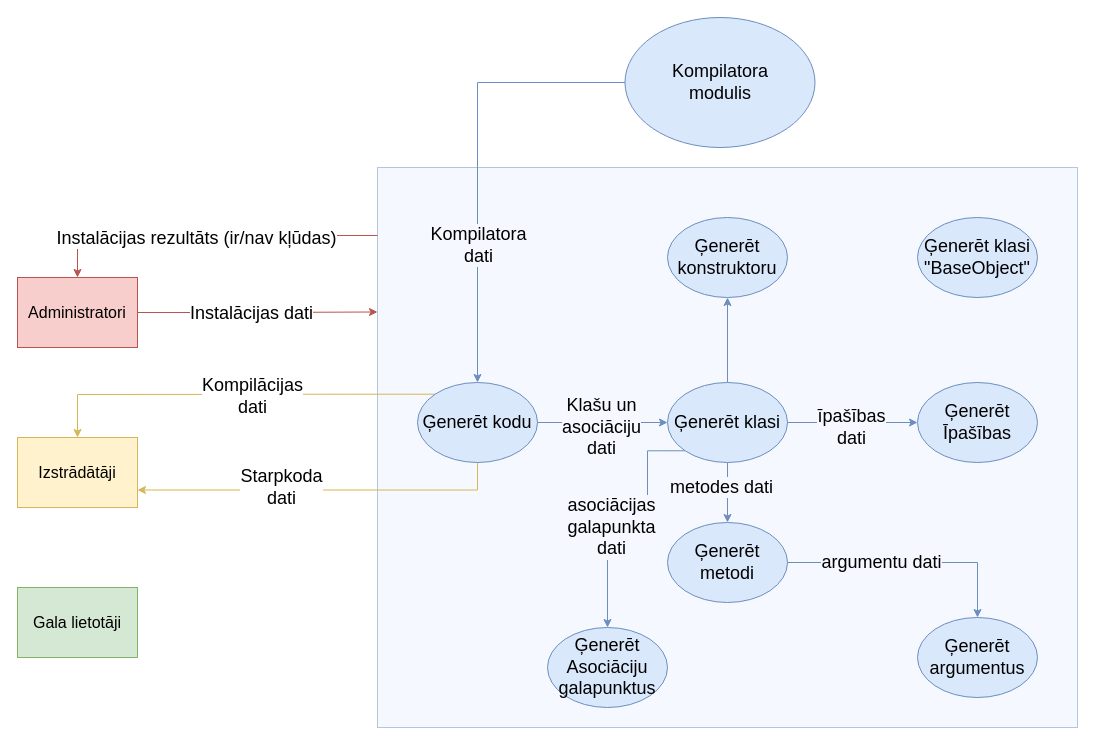
Before: page "Ģenerators" (5 of 9) of src/Kvalifikacijas darbs/Diagrammas/DPD.drawio in artiks12/webAppOS, a draw.io diagram. Source tidied: cells renumbered, new cells numbered last; positions are measured from the earlier drawing's top-left corner, leaving out a move shared by most shapes. Both pictures are drawn from the tidied source at 100%, with x=0, y=0 at pixel (17, 17).
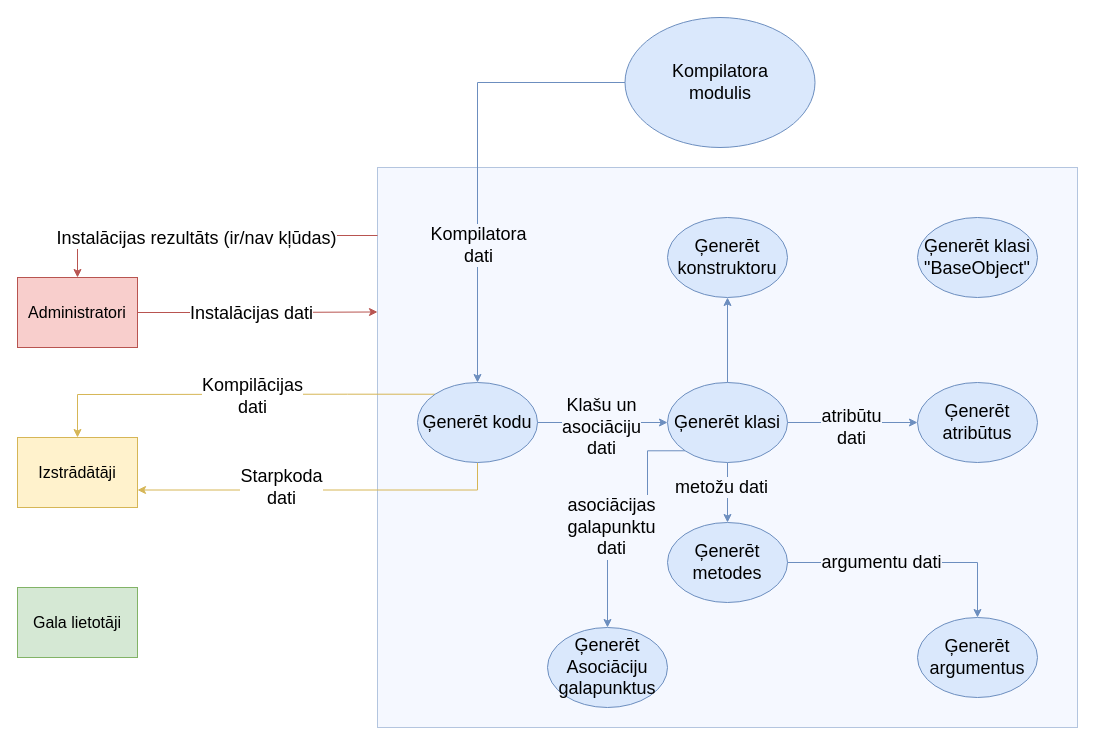
The same diagram, later.

The edit, as a diff of the source:
```diff
@@
-    <mxCell id="12" value="&lt;font style=&quot;font-size: 18px&quot;&gt;Ģenerēt metodi&lt;br&gt;&lt;/font&gt;" style="ellipse;whiteSpace=wrap;html=1;fillColor=#dae8fc;strokeColor=#6c8ebf;" parent="1" vertex="1">
+    <mxCell id="12" value="&lt;font style=&quot;font-size: 18px&quot;&gt;Ģenerēt metodes&lt;br&gt;&lt;/font&gt;" style="ellipse;whiteSpace=wrap;html=1;fillColor=#dae8fc;strokeColor=#6c8ebf;" parent="1" vertex="1">
       <mxGeometry x="650" y="505" width="120" height="80" as="geometry" />
     </mxCell>
-    <mxCell id="13" value="&lt;font style=&quot;font-size: 18px&quot;&gt;Ģenerēt Īpašības&lt;/font&gt;" style="ellipse;whiteSpace=wrap;html=1;fillColor=#dae8fc;strokeColor=#6c8ebf;" parent="1" vertex="1">
+    <mxCell id="13" value="&lt;font style=&quot;font-size: 18px&quot;&gt;Ģenerēt atribūtus&lt;/font&gt;" style="ellipse;whiteSpace=wrap;html=1;fillColor=#dae8fc;strokeColor=#6c8ebf;" parent="1" vertex="1">
       <mxGeometry x="900" y="365" width="120" height="80" as="geometry" />
     </mxCell>
@@
-    <mxCell id="30" value="&lt;span style=&quot;font-size: 18px&quot;&gt;metodes dati&lt;/span&gt;" style="edgeLabel;html=1;align=center;verticalAlign=middle;labelBackgroundColor=#F5F8FF;" parent="1" vertex="1">
+    <mxCell id="30" value="&lt;span style=&quot;font-size: 18px&quot;&gt;metožu dati&lt;/span&gt;" style="edgeLabel;html=1;align=center;verticalAlign=middle;labelBackgroundColor=#F5F8FF;" parent="1" vertex="1">
       <mxGeometry x="710" y="480" as="geometry">
         <mxPoint x="-7" y="-11" as="offset" />
       </mxGeometry>
     </mxCell>
-    <mxCell id="31" value="&lt;span style=&quot;font-size: 18px&quot;&gt;īpašības&lt;br&gt;dati&lt;/span&gt;" style="edgeLabel;html=1;align=center;verticalAlign=middle;labelBackgroundColor=#F5F8FF;" parent="1" vertex="1">
+    <mxCell id="31" value="&lt;span style=&quot;font-size: 18px&quot;&gt;atribūtu&lt;br&gt;dati&lt;/span&gt;" style="edgeLabel;html=1;align=center;verticalAlign=middle;labelBackgroundColor=#F5F8FF;" parent="1" vertex="1">
       <mxGeometry x="840" y="420" as="geometry">
         <mxPoint x="-7" y="-11" as="offset" />
       </mxGeometry>
     </mxCell>
@@
-    <mxCell id="33" value="&lt;span style=&quot;font-size: 18px&quot;&gt;asociācijas&lt;br&gt;galapunkta&lt;br&gt;dati&lt;br&gt;&lt;/span&gt;" style="edgeLabel;html=1;align=center;verticalAlign=middle;labelBackgroundColor=#F5F8FF;" parent="1" vertex="1">
+    <mxCell id="33" value="&lt;span style=&quot;font-size: 18px&quot;&gt;asociācijas&lt;br&gt;galapunktu&lt;br&gt;dati&lt;br&gt;&lt;/span&gt;" style="edgeLabel;html=1;align=center;verticalAlign=middle;labelBackgroundColor=#F5F8FF;" parent="1" vertex="1">
       <mxGeometry x="600" y="520" as="geometry">
         <mxPoint x="-7" y="-11" as="offset" />
       </mxGeometry>
     </mxCell>
```
